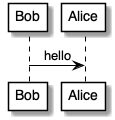
Before: docs/lifetime/lifetime-scope-tree.png, a diagram exported from PlantUML (autofac/Documentation). The source it was exported from:
```plantuml
@startuml

skinparam defaultFontName  Helvetica
skinparam sequenceMessageAlign center
skinparam monochrome true

skinparam activity {
    ArrowColor Black
    BackgroundColor White
    BorderColor Black
    BorderThickness 1
}

skinparam actor {
    BackgroundColor White
    BorderColor Black
}

skinparam usecase {
    ArrowColor Black
    BackgroundColor White
    BorderColor Black
    BorderThickness 1
}

skinparam class {
    ArrowColor Black
    BackgroundColor White
    BorderColor Black
    BorderThickness 1
}


skinparam object {
    ArrowColor Black
    BackgroundColor White
    BorderColor Black
}

skinparam package {
    BackgroundColor White
    BorderColor Black
}


skinparam component {
    BackgroundColor White
    InterfaceBackgroundColor White
    BorderColor Black
    InterfaceBorderColor Black
}

skinparam note {
    BackgroundColor White
    BorderColor Black
}

skinparam state {
    ArrowColor Black
    BackgroundColor White
    BorderColor Black
}

skinparam sequence {
    ArrowColor Black
    BackgroundColor White
    ParticipantBackgroundColor White
    BorderColor Black
    LifeLineBorderColor Black
    ParticipantBorderColor Black
    BoxLineColor Black
}

skinparam interface {
    BackgroundColor White
    BorderColor Black
}
Bob->Alice : hello
@enduml
```
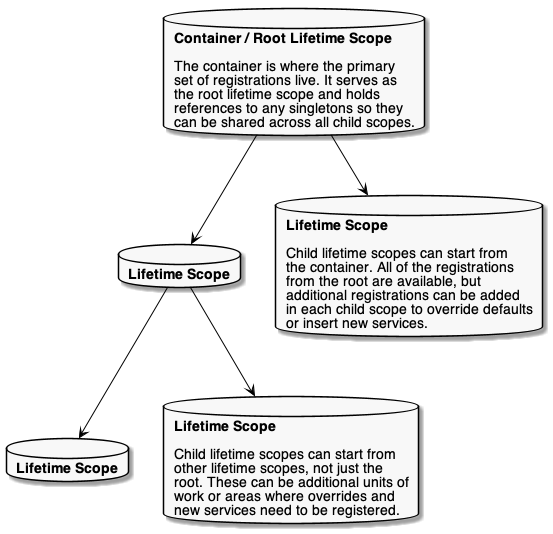
The same file after the commit.

Commit message:
Revised lifetime scope docs complete.

What changed in the source:
```diff
@@ -75,5 +75,48 @@
     BackgroundColor White
     BorderColor Black
 }
-Bob->Alice : hello
+
+database root [
+  <b>Container / Root Lifetime Scope</b>
+
+  The container is where the primary
+  set of registrations live. It serves as
+  the root lifetime scope and holds
+  references to any singletons so they
+  can be shared across all child scopes.
+]
+
+database child1 [
+  <b>Lifetime Scope</b>
+]
+
+database child2 [
+  <b>Lifetime Scope</b>
+
+  Child lifetime scopes can start from
+  the container. All of the registrations
+  from the root are available, but
+  additional registrations can be added
+  in each child scope to override defaults
+  or insert new services.
+]
+
+database child1_1 [
+  <b>Lifetime Scope</b>
+]
+
+database child1_2 [
+  <b>Lifetime Scope</b>
+
+  Child lifetime scopes can start from
+  other lifetime scopes, not just the
+  root. These can be additional units of
+  work or areas where overrides and
+  new services need to be registered.
+]
+
+root -d-> child1
+root -d-> child2
+child1 -d-> child1_1
+child1 -d-> child1_2
 @enduml
```
